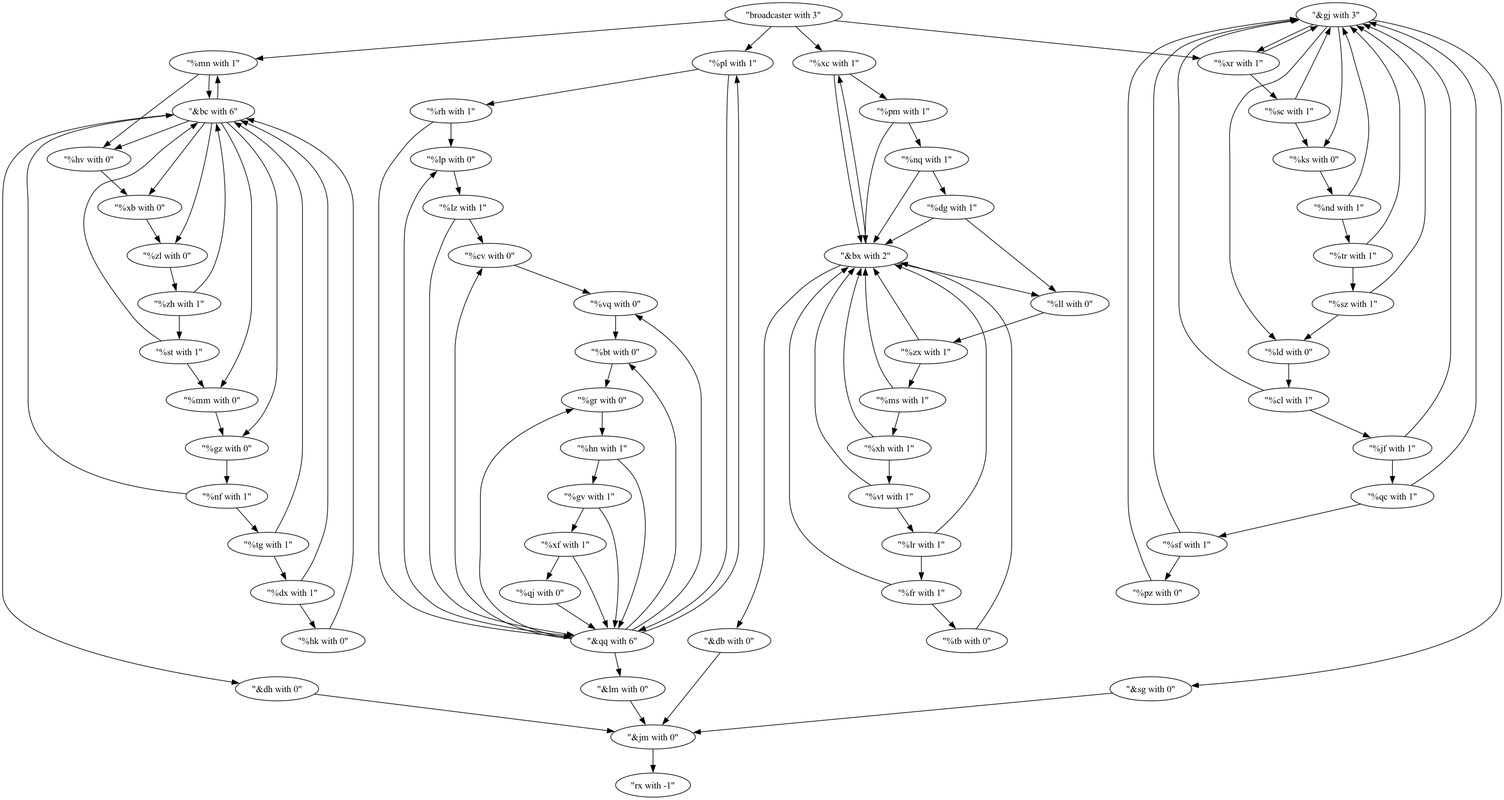
The Graphviz diagram modules.png in martinzink/aoc2023, before a commit. Its source is kept beside it as modules.dot.
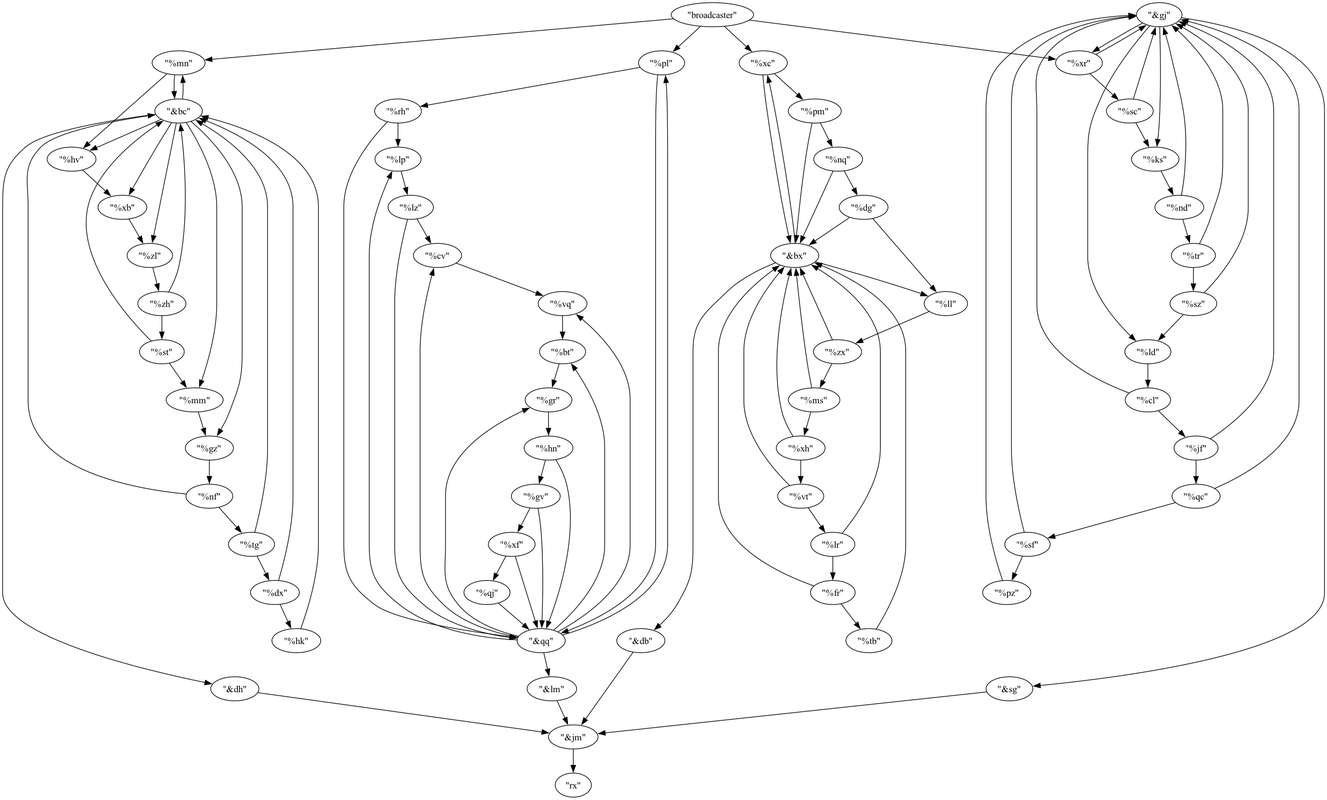
The same diagram one commit later.

Diff of the diagram source:
```diff
@@ -1,74 +1,128 @@
 digraph {
-    0 [ label = "\"rx with -1\"" ]
-    1 [ label = "\"%sf with 1\"" ]
-    2 [ label = "\"%zh with 1\"" ]
-    3 [ label = "\"%hk with 0\"" ]
-    4 [ label = "\"&bc with 6\"" ]
-    5 [ label = "\"%st with 1\"" ]
-    6 [ label = "\"%gv with 1\"" ]
-    7 [ label = "\"%hv with 0\"" ]
-    8 [ label = "\"%nd with 1\"" ]
-    9 [ label = "\"%zx with 1\"" ]
-    10 [ label = "\"%sc with 1\"" ]
-    11 [ label = "\"%gr with 0\"" ]
-    12 [ label = "\"%pl with 1\"" ]
-    13 [ label = "\"%qc with 1\"" ]
-    14 [ label = "\"%xr with 1\"" ]
-    15 [ label = "\"%zl with 0\"" ]
-    16 [ label = "\"&gj with 3\"" ]
-    17 [ label = "\"%dg with 1\"" ]
-    18 [ label = "\"%nf with 1\"" ]
-    19 [ label = "\"%lz with 1\"" ]
-    20 [ label = "\"%nq with 1\"" ]
-    21 [ label = "\"%rh with 1\"" ]
-    22 [ label = "\"%xf with 1\"" ]
-    23 [ label = "\"%ms with 1\"" ]
-    24 [ label = "\"%mn with 1\"" ]
-    25 [ label = "\"&jm with 0\"" ]
-    26 [ label = "\"%xh with 1\"" ]
-    27 [ label = "\"%pz with 0\"" ]
-    28 [ label = "\"%vq with 0\"" ]
-    29 [ label = "\"%gz with 0\"" ]
-    30 [ label = "\"%bt with 0\"" ]
-    31 [ label = "\"&sg with 0\"" ]
-    32 [ label = "\"%fr with 1\"" ]
-    33 [ label = "\"&lm with 0\"" ]
-    34 [ label = "\"%ld with 0\"" ]
-    35 [ label = "\"%cv with 0\"" ]
-    36 [ label = "\"%cl with 1\"" ]
-    37 [ label = "\"%tr with 1\"" ]
-    38 [ label = "\"%sz with 1\"" ]
-    39 [ label = "\"%dx with 1\"" ]
-    40 [ label = "\"%lr with 1\"" ]
-    41 [ label = "\"%vt with 1\"" ]
-    42 [ label = "\"%ll with 0\"" ]
-    43 [ label = "\"broadcaster with 3\"" ]
-    44 [ label = "\"%lp with 0\"" ]
-    45 [ label = "\"%mm with 0\"" ]
-    46 [ label = "\"&qq with 6\"" ]
-    47 [ label = "\"%xb with 0\"" ]
-    48 [ label = "\"&bx with 2\"" ]
-    49 [ label = "\"%tb with 0\"" ]
-    50 [ label = "\"%hn with 1\"" ]
-    51 [ label = "\"%jf with 1\"" ]
-    52 [ label = "\"%qj with 0\"" ]
-    53 [ label = "\"%xc with 1\"" ]
-    54 [ label = "\"%tg with 1\"" ]
-    55 [ label = "\"&dh with 0\"" ]
-    56 [ label = "\"%ks with 0\"" ]
-    57 [ label = "\"&db with 0\"" ]
-    58 [ label = "\"%pm with 1\"" ]
+    0 [ label = "\"rx\"" ]
+    1 [ label = "\"%sf\"" ]
+    2 [ label = "\"%zh\"" ]
+    3 [ label = "\"%hk\"" ]
+    4 [ label = "\"&bc\"" ]
+    5 [ label = "\"%st\"" ]
+    6 [ label = "\"%gv\"" ]
+    7 [ label = "\"%hv\"" ]
+    8 [ label = "\"%nd\"" ]
+    9 [ label = "\"%zx\"" ]
+    10 [ label = "\"%sc\"" ]
+    11 [ label = "\"%gr\"" ]
+    12 [ label = "\"%pl\"" ]
+    13 [ label = "\"%qc\"" ]
+    14 [ label = "\"%xr\"" ]
+    15 [ label = "\"%zl\"" ]
+    16 [ label = "\"&gj\"" ]
+    17 [ label = "\"%dg\"" ]
+    18 [ label = "\"%nf\"" ]
+    19 [ label = "\"%lz\"" ]
+    20 [ label = "\"%nq\"" ]
+    21 [ label = "\"%rh\"" ]
+    22 [ label = "\"%xf\"" ]
+    23 [ label = "\"%ms\"" ]
+    24 [ label = "\"%mn\"" ]
+    25 [ label = "\"&jm\"" ]
+    26 [ label = "\"%xh\"" ]
+    27 [ label = "\"%pz\"" ]
+    28 [ label = "\"%vq\"" ]
+    29 [ label = "\"%gz\"" ]
+    30 [ label = "\"%bt\"" ]
+    31 [ label = "\"&sg\"" ]
+    32 [ label = "\"%fr\"" ]
+    33 [ label = "\"&lm\"" ]
+    34 [ label = "\"%ld\"" ]
+    35 [ label = "\"%cv\"" ]
+    36 [ label = "\"%cl\"" ]
+    37 [ label = "\"%tr\"" ]
+    38 [ label = "\"%sz\"" ]
+    39 [ label = "\"%dx\"" ]
+    40 [ label = "\"%lr\"" ]
+    41 [ label = "\"%vt\"" ]
+    42 [ label = "\"%ll\"" ]
+    43 [ label = "\"broadcaster\"" ]
+    44 [ label = "\"%lp\"" ]
+    45 [ label = "\"%mm\"" ]
+    46 [ label = "\"&qq\"" ]
+    47 [ label = "\"%xb\"" ]
+    48 [ label = "\"&bx\"" ]
+    49 [ label = "\"%tb\"" ]
+    50 [ label = "\"%hn\"" ]
+    51 [ label = "\"%jf\"" ]
+    52 [ label = "\"%qj\"" ]
+    53 [ label = "\"%xc\"" ]
+    54 [ label = "\"%tg\"" ]
+    55 [ label = "\"&dh\"" ]
+    56 [ label = "\"%ks\"" ]
+    57 [ label = "\"&db\"" ]
+    58 [ label = "\"%pm\"" ]
+    35 -> 28 [ ]
+    40 -> 48 [ ]
+    40 -> 32 [ ]
+    9 -> 48 [ ]
+    9 -> 23 [ ]
+    28 -> 30 [ ]
+    44 -> 19 [ ]
+    17 -> 42 [ ]
+    17 -> 48 [ ]
+    8 -> 16 [ ]
+    8 -> 37 [ ]
+    50 -> 6 [ ]
+    50 -> 46 [ ]
+    16 -> 56 [ ]
+    16 -> 34 [ ]
+    16 -> 31 [ ]
+    16 -> 14 [ ]
+    3 -> 4 [ ]
+    30 -> 11 [ ]
+    12 -> 46 [ ]
+    12 -> 21 [ ]
     24 -> 4 [ ]
     24 -> 7 [ ]
-    27 -> 16 [ ]
+    45 -> 29 [ ]
+    43 -> 12 [ ]
+    43 -> 14 [ ]
+    43 -> 24 [ ]
+    43 -> 53 [ ]
+    36 -> 16 [ ]
+    36 -> 51 [ ]
+    25 -> 0 [ ]
     41 -> 40 [ ]
     41 -> 48 [ ]
-    13 -> 1 [ ]
-    13 -> 16 [ ]
-    18 -> 4 [ ]
-    18 -> 54 [ ]
+    5 -> 4 [ ]
+    5 -> 45 [ ]
+    52 -> 46 [ ]
+    1 -> 27 [ ]
+    1 -> 16 [ ]
+    2 -> 4 [ ]
+    2 -> 5 [ ]
+    27 -> 16 [ ]
+    54 -> 4 [ ]
+    54 -> 39 [ ]
+    22 -> 46 [ ]
+    22 -> 52 [ ]
+    58 -> 48 [ ]
+    58 -> 20 [ ]
+    11 -> 50 [ ]
+    14 -> 10 [ ]
+    14 -> 16 [ ]
+    29 -> 18 [ ]
+    31 -> 25 [ ]
+    21 -> 46 [ ]
+    21 -> 44 [ ]
     56 -> 8 [ ]
-    57 -> 25 [ ]
+    48 -> 42 [ ]
+    48 -> 53 [ ]
+    48 -> 57 [ ]
+    32 -> 48 [ ]
+    32 -> 49 [ ]
+    19 -> 35 [ ]
+    19 -> 46 [ ]
+    55 -> 25 [ ]
+    49 -> 48 [ ]
+    34 -> 36 [ ]
     4 -> 24 [ ]
     4 -> 15 [ ]
     4 -> 47 [ ]
@@ -76,6 +130,18 @@
     4 -> 55 [ ]
     4 -> 7 [ ]
     4 -> 29 [ ]
+    42 -> 9 [ ]
+    57 -> 25 [ ]
+    23 -> 48 [ ]
+    23 -> 26 [ ]
+    18 -> 4 [ ]
+    18 -> 54 [ ]
+    39 -> 3 [ ]
+    39 -> 4 [ ]
+    10 -> 56 [ ]
+    10 -> 16 [ ]
+    13 -> 1 [ ]
+    13 -> 16 [ ]
     46 -> 33 [ ]
     46 -> 11 [ ]
     46 -> 35 [ ]
@@ -83,88 +149,22 @@
     46 -> 44 [ ]
     46 -> 12 [ ]
     46 -> 30 [ ]
+    6 -> 22 [ ]
+    6 -> 46 [ ]
+    51 -> 13 [ ]
+    51 -> 16 [ ]
     53 -> 48 [ ]
     53 -> 58 [ ]
-    28 -> 30 [ ]
-    49 -> 48 [ ]
-    3 -> 4 [ ]
+    7 -> 47 [ ]
+    15 -> 2 [ ]
+    37 -> 16 [ ]
+    37 -> 38 [ ]
     20 -> 17 [ ]
     20 -> 48 [ ]
-    29 -> 18 [ ]
-    16 -> 56 [ ]
-    16 -> 34 [ ]
-    16 -> 31 [ ]
-    16 -> 14 [ ]
-    1 -> 27 [ ]
-    1 -> 16 [ ]
-    58 -> 48 [ ]
-    58 -> 20 [ ]
-    39 -> 3 [ ]
-    39 -> 4 [ ]
-    17 -> 42 [ ]
-    17 -> 48 [ ]
-    32 -> 48 [ ]
-    32 -> 49 [ ]
-    10 -> 56 [ ]
-    10 -> 16 [ ]
-    15 -> 2 [ ]
-    44 -> 19 [ ]
-    11 -> 50 [ ]
-    22 -> 46 [ ]
-    22 -> 52 [ ]
-    34 -> 36 [ ]
-    23 -> 48 [ ]
-    23 -> 26 [ ]
-    5 -> 4 [ ]
-    5 -> 45 [ ]
-    45 -> 29 [ ]
-    51 -> 13 [ ]
-    51 -> 16 [ ]
-    6 -> 22 [ ]
-    6 -> 46 [ ]
-    21 -> 46 [ ]
-    21 -> 44 [ ]
-    25 -> 0 [ ]
-    36 -> 16 [ ]
-    36 -> 51 [ ]
-    7 -> 47 [ ]
-    31 -> 25 [ ]
-    50 -> 6 [ ]
-    50 -> 46 [ ]
+    38 -> 16 [ ]
+    38 -> 34 [ ]
+    47 -> 15 [ ]
     26 -> 41 [ ]
     26 -> 48 [ ]
     33 -> 25 [ ]
-    8 -> 16 [ ]
-    8 -> 37 [ ]
-    38 -> 16 [ ]
-    38 -> 34 [ ]
-    54 -> 4 [ ]
-    54 -> 39 [ ]
-    52 -> 46 [ ]
-    19 -> 35 [ ]
-    19 -> 46 [ ]
-    55 -> 25 [ ]
-    9 -> 48 [ ]
-    9 -> 23 [ ]
-    43 -> 12 [ ]
-    43 -> 14 [ ]
-    43 -> 24 [ ]
-    43 -> 53 [ ]
-    30 -> 11 [ ]
-    35 -> 28 [ ]
-    40 -> 48 [ ]
-    40 -> 32 [ ]
-    14 -> 10 [ ]
-    14 -> 16 [ ]
-    12 -> 46 [ ]
-    12 -> 21 [ ]
-    42 -> 9 [ ]
-    48 -> 42 [ ]
-    48 -> 53 [ ]
-    48 -> 57 [ ]
-    37 -> 16 [ ]
-    37 -> 38 [ ]
-    2 -> 4 [ ]
-    2 -> 5 [ ]
-    47 -> 15 [ ]
 }
```
